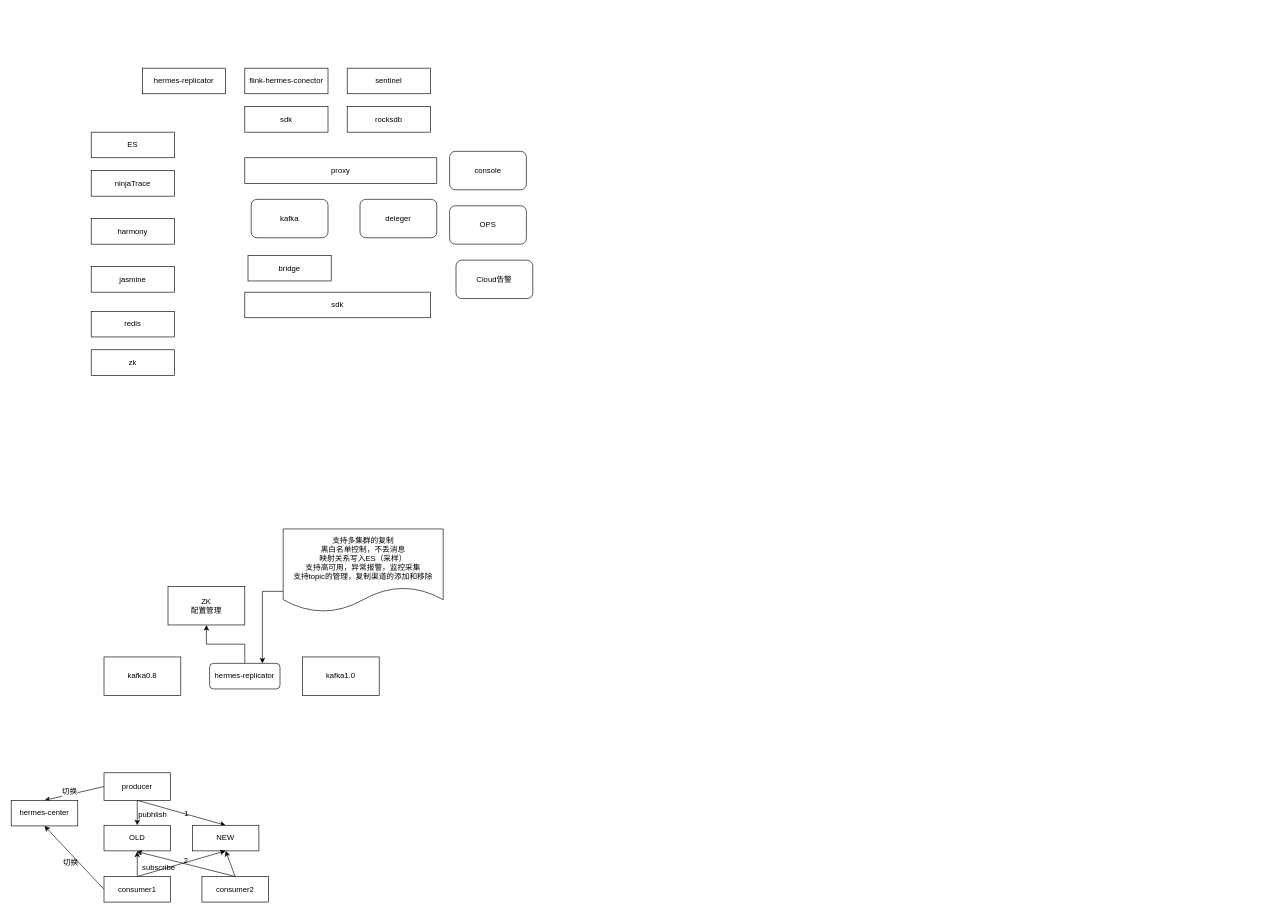
The draw.io diagram hermes.drawio in MihirrajDixit/drawio, before the edit. Source tidied: cells renumbered, new cells numbered last; positions are measured from the earlier drawing's top-left corner, leaving out a move shared by most shapes. Both pictures are drawn from the tidied source at 64%, with x=0, y=0 at pixel (11, 68).
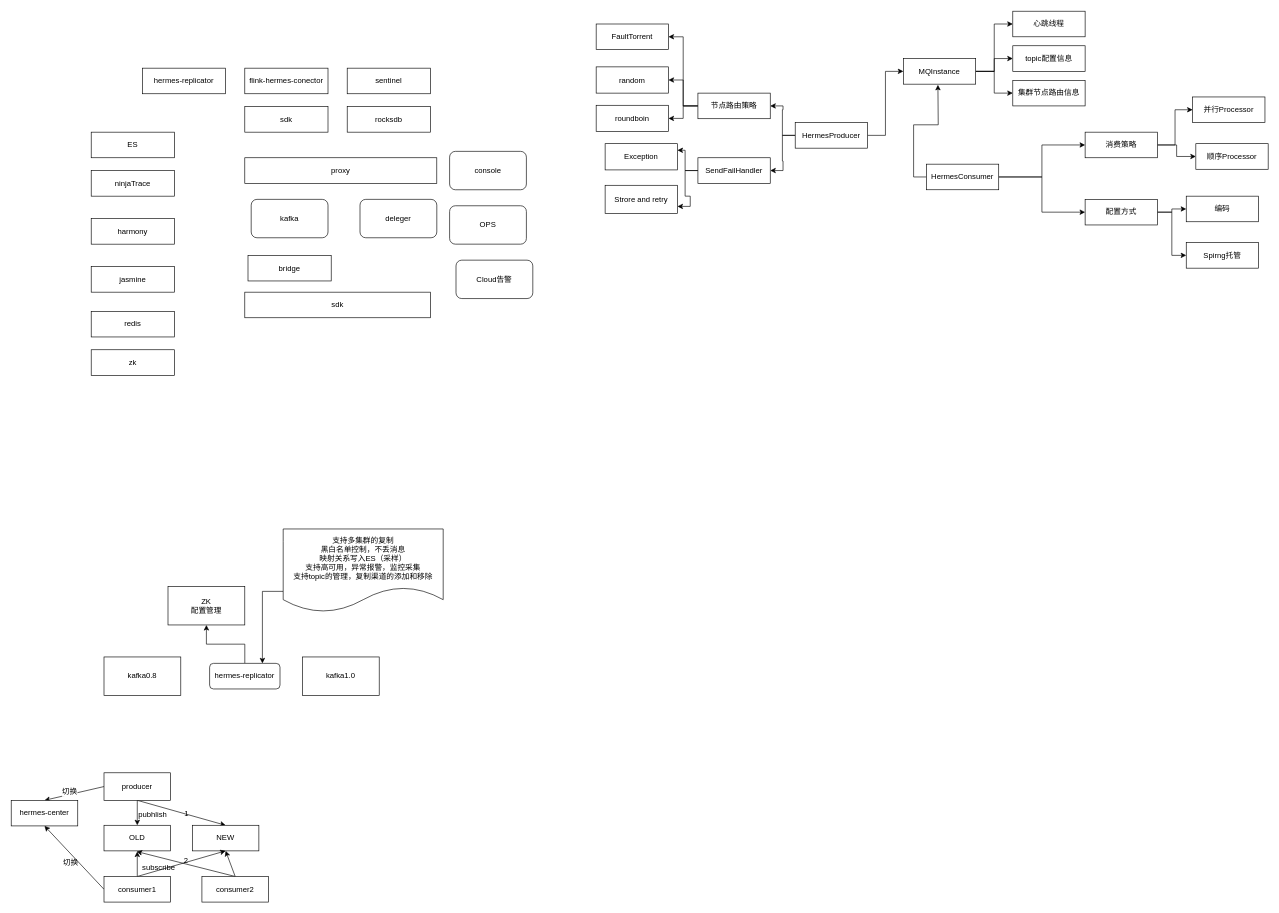
The same diagram, later.

Diff of the diagram source:
```diff
@@
+    <mxCell id="48" style="edgeStyle=orthogonalEdgeStyle;rounded=0;jettySize=auto;html=1;exitX=1;exitY=0.5;exitDx=0;exitDy=0;entryX=0;entryY=0.5;entryDx=0;entryDy=0;" parent="1" edge="1" source="51" target="59">
+      <mxGeometry relative="1" as="geometry" />
+    </mxCell>
+    <mxCell id="49" style="edgeStyle=orthogonalEdgeStyle;rounded=0;jettySize=auto;html=1;exitX=0;exitY=0.5;exitDx=0;exitDy=0;entryX=1;entryY=0.5;entryDx=0;entryDy=0;" parent="1" edge="1" source="51" target="66">
+      <mxGeometry relative="1" as="geometry" />
+    </mxCell>
+    <mxCell id="50" style="edgeStyle=orthogonalEdgeStyle;rounded=0;jettySize=auto;html=1;exitX=0;exitY=0.5;exitDx=0;exitDy=0;entryX=1;entryY=0.5;entryDx=0;entryDy=0;" parent="1" edge="1" source="51" target="69">
+      <mxGeometry relative="1" as="geometry" />
+    </mxCell>
+    <mxCell id="51" value="HermesProducer" style="rounded=0;whiteSpace=wrap;html=1;" parent="1" vertex="1">
+      <mxGeometry x="1225" y="85" width="113" height="40" as="geometry" />
+    </mxCell>
+    <mxCell id="52" style="edgeStyle=orthogonalEdgeStyle;rounded=0;jettySize=auto;html=1;exitX=0;exitY=0.5;exitDx=0;exitDy=0;" parent="1" edge="1" source="55">
+      <mxGeometry relative="1" as="geometry">
+        <mxPoint x="1448" y="26" as="targetPoint" />
+      </mxGeometry>
+    </mxCell>
+    <mxCell id="53" style="edgeStyle=orthogonalEdgeStyle;rounded=0;jettySize=auto;html=1;exitX=1;exitY=0.5;exitDx=0;exitDy=0;entryX=0;entryY=0.5;entryDx=0;entryDy=0;" parent="1" edge="1" source="55" target="77">
+      <mxGeometry relative="1" as="geometry" />
+    </mxCell>
+    <mxCell id="54" style="edgeStyle=orthogonalEdgeStyle;rounded=0;jettySize=auto;html=1;exitX=1;exitY=0.5;exitDx=0;exitDy=0;entryX=0;entryY=0.5;entryDx=0;entryDy=0;" parent="1" edge="1" source="55" target="82">
+      <mxGeometry relative="1" as="geometry" />
+    </mxCell>
+    <mxCell id="55" value="HermesConsumer" style="rounded=0;whiteSpace=wrap;html=1;" parent="1" vertex="1">
+      <mxGeometry x="1430" y="150" width="113" height="40" as="geometry" />
+    </mxCell>
+    <mxCell id="56" style="edgeStyle=orthogonalEdgeStyle;rounded=0;jettySize=auto;html=1;exitX=1;exitY=0.5;exitDx=0;exitDy=0;" parent="1" edge="1" source="59" target="60">
+      <mxGeometry relative="1" as="geometry" />
+    </mxCell>
+    <mxCell id="57" style="edgeStyle=orthogonalEdgeStyle;rounded=0;jettySize=auto;html=1;exitX=1;exitY=0.5;exitDx=0;exitDy=0;entryX=0;entryY=0.5;entryDx=0;entryDy=0;" parent="1" edge="1" source="59" target="61">
+      <mxGeometry relative="1" as="geometry" />
+    </mxCell>
+    <mxCell id="58" style="edgeStyle=orthogonalEdgeStyle;rounded=0;jettySize=auto;html=1;exitX=1;exitY=0.5;exitDx=0;exitDy=0;entryX=0;entryY=0.5;entryDx=0;entryDy=0;" parent="1" edge="1" source="59" target="62">
+      <mxGeometry relative="1" as="geometry" />
+    </mxCell>
+    <mxCell id="59" value="MQInstance" style="rounded=0;whiteSpace=wrap;html=1;" parent="1" vertex="1">
+      <mxGeometry x="1394" y="-15" width="113" height="40" as="geometry" />
+    </mxCell>
+    <mxCell id="60" value="topic配置信息" style="rounded=0;whiteSpace=wrap;html=1;" parent="1" vertex="1">
+      <mxGeometry x="1565" y="-35" width="113" height="40" as="geometry" />
+    </mxCell>
+    <mxCell id="61" value="集群节点路由信息" style="rounded=0;whiteSpace=wrap;html=1;" parent="1" vertex="1">
+      <mxGeometry x="1565" y="19" width="113" height="40" as="geometry" />
+    </mxCell>
+    <mxCell id="62" value="心跳线程" style="rounded=0;whiteSpace=wrap;html=1;" parent="1" vertex="1">
+      <mxGeometry x="1565" y="-89" width="113" height="40" as="geometry" />
+    </mxCell>
+    <mxCell id="63" style="edgeStyle=orthogonalEdgeStyle;rounded=0;jettySize=auto;html=1;exitX=0;exitY=0.5;exitDx=0;exitDy=0;entryX=1;entryY=0.5;entryDx=0;entryDy=0;" parent="1" edge="1" source="66" target="72">
+      <mxGeometry relative="1" as="geometry" />
+    </mxCell>
+    <mxCell id="64" style="edgeStyle=orthogonalEdgeStyle;rounded=0;jettySize=auto;html=1;exitX=0;exitY=0.5;exitDx=0;exitDy=0;entryX=1;entryY=0.5;entryDx=0;entryDy=0;" parent="1" edge="1" source="66" target="73">
+      <mxGeometry relative="1" as="geometry" />
+    </mxCell>
+    <mxCell id="65" style="edgeStyle=orthogonalEdgeStyle;rounded=0;jettySize=auto;html=1;exitX=0;exitY=0.5;exitDx=0;exitDy=0;entryX=1;entryY=0.5;entryDx=0;entryDy=0;" parent="1" edge="1" source="66" target="74">
+      <mxGeometry relative="1" as="geometry" />
+    </mxCell>
+    <mxCell id="66" value="节点路由策略" style="rounded=0;whiteSpace=wrap;html=1;" parent="1" vertex="1">
+      <mxGeometry x="1073" y="39" width="113" height="40" as="geometry" />
+    </mxCell>
+    <mxCell id="67" style="edgeStyle=orthogonalEdgeStyle;rounded=0;jettySize=auto;html=1;exitX=0;exitY=0.5;exitDx=0;exitDy=0;entryX=1;entryY=0.25;entryDx=0;entryDy=0;" parent="1" edge="1" source="69" target="70">
+      <mxGeometry relative="1" as="geometry" />
+    </mxCell>
+    <mxCell id="68" style="edgeStyle=orthogonalEdgeStyle;rounded=0;jettySize=auto;html=1;exitX=0;exitY=0.5;exitDx=0;exitDy=0;entryX=1;entryY=0.75;entryDx=0;entryDy=0;" parent="1" edge="1" source="69" target="71">
+      <mxGeometry relative="1" as="geometry" />
+    </mxCell>
+    <mxCell id="69" value="SendFailHandler" style="rounded=0;whiteSpace=wrap;html=1;" parent="1" vertex="1">
+      <mxGeometry x="1073" y="140" width="113" height="40" as="geometry" />
+    </mxCell>
+    <mxCell id="70" value="Exception" style="rounded=0;whiteSpace=wrap;html=1;" parent="1" vertex="1">
+      <mxGeometry x="928" y="118" width="113" height="41" as="geometry" />
+    </mxCell>
+    <mxCell id="71" value="Strore and retry" style="rounded=0;whiteSpace=wrap;html=1;" parent="1" vertex="1">
+      <mxGeometry x="928" y="183" width="113" height="44" as="geometry" />
+    </mxCell>
+    <mxCell id="72" value="random" style="rounded=0;whiteSpace=wrap;html=1;" parent="1" vertex="1">
+      <mxGeometry x="914" y="-2" width="113" height="41" as="geometry" />
+    </mxCell>
+    <mxCell id="73" value="roundboin" style="rounded=0;whiteSpace=wrap;html=1;" parent="1" vertex="1">
+      <mxGeometry x="914" y="58" width="113" height="41" as="geometry" />
+    </mxCell>
+    <mxCell id="74" value="FaultTorrent" style="rounded=0;whiteSpace=wrap;html=1;" parent="1" vertex="1">
+      <mxGeometry x="914" y="-69" width="113" height="40" as="geometry" />
+    </mxCell>
+    <mxCell id="75" style="edgeStyle=orthogonalEdgeStyle;rounded=0;jettySize=auto;html=1;exitX=1;exitY=0.5;exitDx=0;exitDy=0;entryX=0;entryY=0.5;entryDx=0;entryDy=0;" parent="1" edge="1" source="77" target="78">
+      <mxGeometry relative="1" as="geometry" />
+    </mxCell>
+    <mxCell id="76" style="edgeStyle=orthogonalEdgeStyle;rounded=0;jettySize=auto;html=1;exitX=1;exitY=0.5;exitDx=0;exitDy=0;entryX=0;entryY=0.5;entryDx=0;entryDy=0;" parent="1" edge="1" source="77" target="79">
+      <mxGeometry relative="1" as="geometry" />
+    </mxCell>
+    <mxCell id="77" value="消费策略" style="rounded=0;whiteSpace=wrap;html=1;" parent="1" vertex="1">
+      <mxGeometry x="1678" y="100" width="113" height="40" as="geometry" />
+    </mxCell>
+    <mxCell id="78" value="并行Processor" style="rounded=0;whiteSpace=wrap;html=1;" parent="1" vertex="1">
+      <mxGeometry x="1846" y="45" width="113" height="40" as="geometry" />
+    </mxCell>
+    <mxCell id="79" value="顺序Processor" style="rounded=0;whiteSpace=wrap;html=1;" parent="1" vertex="1">
+      <mxGeometry x="1851" y="118" width="113" height="40" as="geometry" />
+    </mxCell>
+    <mxCell id="80" style="edgeStyle=orthogonalEdgeStyle;rounded=0;jettySize=auto;html=1;exitX=1;exitY=0.5;exitDx=0;exitDy=0;entryX=0;entryY=0.5;entryDx=0;entryDy=0;" parent="1" edge="1" source="82" target="83">
+      <mxGeometry relative="1" as="geometry" />
+    </mxCell>
+    <mxCell id="81" style="edgeStyle=orthogonalEdgeStyle;rounded=0;jettySize=auto;html=1;exitX=1;exitY=0.5;exitDx=0;exitDy=0;entryX=0;entryY=0.5;entryDx=0;entryDy=0;" parent="1" edge="1" source="82" target="84">
+      <mxGeometry relative="1" as="geometry" />
+    </mxCell>
+    <mxCell id="82" value="配置方式" style="rounded=0;whiteSpace=wrap;html=1;" parent="1" vertex="1">
+      <mxGeometry x="1678" y="205" width="113" height="40" as="geometry" />
+    </mxCell>
+    <mxCell id="83" value="编码" style="rounded=0;whiteSpace=wrap;html=1;" parent="1" vertex="1">
+      <mxGeometry x="1836" y="200" width="113" height="40" as="geometry" />
+    </mxCell>
+    <mxCell id="84" value="Spirng托管" style="rounded=0;whiteSpace=wrap;html=1;" parent="1" vertex="1">
+      <mxGeometry x="1836" y="272.5" width="113" height="40" as="geometry" />
+    </mxCell>
```
